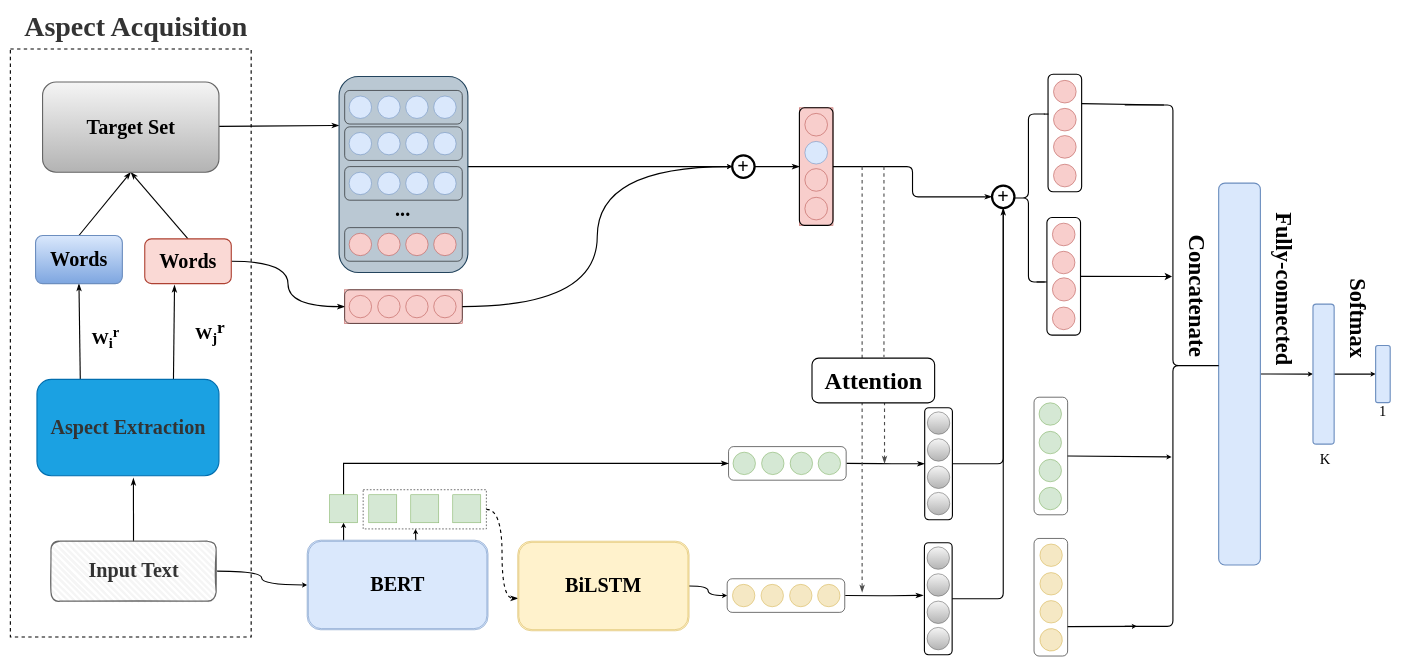
Above: page "模型" (1 of 2) of 模型.drawio in SiMlLeSYF/new (draw.io), before the change. Source tidied: cells renumbered, new cells numbered last; positions are measured from the earlier drawing's top-left corner, leaving out a move shared by most shapes. Both pictures are drawn from the tidied source at 56%, with x=0, y=0 at pixel (10, 10).
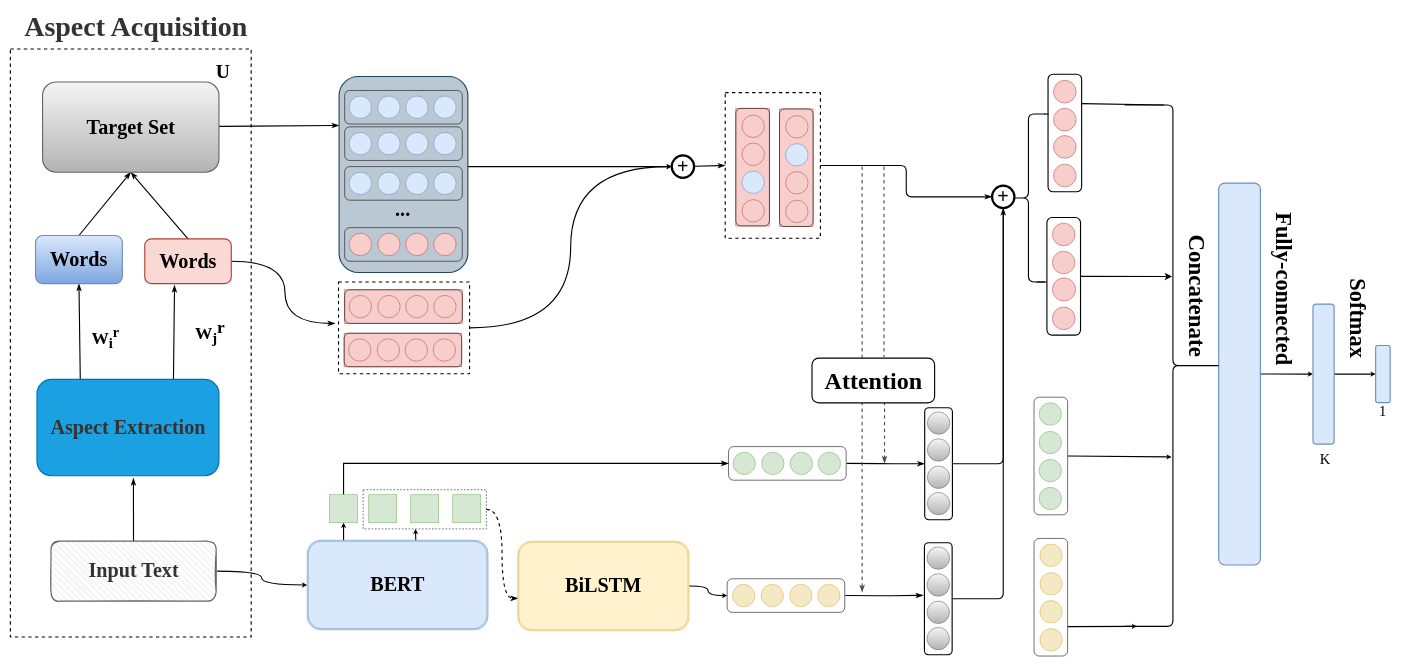
After the change.

The change refers to these unchanged cells:
```xml
<mxCell id="31" value="&lt;b&gt;&lt;font style=&quot;font-size: 36px;&quot;&gt;Words&lt;/font&gt;&lt;/b&gt;" style="rounded=1;whiteSpace=wrap;html=1;fontFamily=Times New Roman;fontSize=24;strokeWidth=2;fillColor=#fad9d5;strokeColor=#ae4132;" parent="1" vertex="1">
  <mxGeometry x="240" y="409" width="154.5" height="80" as="geometry" />
</mxCell>
<mxCell id="67" value="&lt;b&gt;&lt;font style=&quot;font-size: 36px;&quot;&gt;+&lt;/font&gt;&lt;/b&gt;" style="ellipse;whiteSpace=wrap;html=1;fontFamily=Times New Roman;fontSize=24;strokeWidth=4;fillColor=none;" parent="1" vertex="1">
  <mxGeometry x="1753" y="314" width="40" height="40" as="geometry" />
</mxCell>
<mxCell id="141" style="rounded=1;whiteSpace=wrap;html=1;fontSize=24;fillColor=none;" parent="140" vertex="1">
  <mxGeometry width="210" height="60" as="geometry" />
</mxCell>
```

Diff of the diagram source:
```diff
@@
-<mxGraphModel>
+<mxGraphModel background="#FFFFFF">
@@
+    <mxCell id="155" style="rounded=0;whiteSpace=wrap;html=1;fillColor=none;dashed=1;strokeWidth=2;" parent="1" vertex="1">
+      <mxGeometry x="586" y="486" width="234" height="164" as="geometry" />
+    </mxCell>
@@
-    <mxCell id="30" style="edgeStyle=orthogonalEdgeStyle;sketch=0;jettySize=auto;html=1;fontFamily=Times New Roman;fontSize=24;startArrow=none;startFill=0;endArrow=classicThin;endFill=1;endSize=7;strokeWidth=2;elbow=vertical;entryX=0;entryY=0.5;entryDx=0;entryDy=0;curved=1;" parent="1" edge="1" source="31" target="141">
+    <mxCell id="30" style="edgeStyle=orthogonalEdgeStyle;sketch=0;jettySize=auto;html=1;fontFamily=Times New Roman;fontSize=24;startArrow=none;startFill=0;endArrow=classicThin;endFill=1;endSize=7;strokeWidth=2;elbow=vertical;entryX=-0.026;entryY=0.451;entryDx=0;entryDy=0;curved=1;entryPerimeter=0;" parent="1" edge="1" source="31" target="155">
       <mxGeometry relative="1" as="geometry" />
     </mxCell>
@@
-    <mxCell id="38" style="edgeStyle=none;curved=1;sketch=0;jettySize=auto;html=1;fontFamily=Times New Roman;fontSize=36;startArrow=none;startFill=0;endArrow=classicThin;endFill=1;endSize=7;strokeWidth=2;elbow=vertical;entryX=0;entryY=0.5;entryDx=0;entryDy=0;" parent="1" edge="1" source="39" target="41">
+    <mxCell id="38" style="sketch=0;jettySize=auto;html=1;fontFamily=Times New Roman;fontSize=36;startArrow=none;startFill=0;endArrow=classicThin;endFill=1;endSize=7;strokeWidth=2;elbow=vertical;entryX=0;entryY=0.5;entryDx=0;entryDy=0;curved=1;" parent="1" edge="1" source="39" target="164">
       <mxGeometry relative="1" as="geometry" />
     </mxCell>
     <mxCell id="39" value="&lt;b&gt;&lt;font style=&quot;font-size: 36px;&quot;&gt;+&lt;/font&gt;&lt;/b&gt;" style="ellipse;whiteSpace=wrap;html=1;fontFamily=Times New Roman;fontSize=24;strokeWidth=4;fillColor=none;" parent="1" vertex="1">
-      <mxGeometry x="1289" y="260" width="40" height="40" as="geometry" />
+      <mxGeometry x="1181" y="260" width="40" height="40" as="geometry" />
     </mxCell>
-    <mxCell id="40" style="group;fillColor=#f8cecc;strokeColor=#b85450;" parent="1" vertex="1">
-      <mxGeometry x="1409" y="175" width="60" height="210" as="geometry" />
-    </mxCell>
-    <mxCell id="41" style="rounded=1;whiteSpace=wrap;html=1;fontFamily=Times New Roman;fontSize=36;strokeWidth=2;fillColor=none;strokeColor=#000000;" parent="40" vertex="1">
-      <mxGeometry width="60" height="210" as="geometry" />
-    </mxCell>
-    <mxCell id="42" style="ellipse;whiteSpace=wrap;html=1;fontSize=24;fillColor=#f8cecc;strokeColor=#b85450;rotation=-90;" parent="40" vertex="1">
-      <mxGeometry x="9.8" y="10" width="40.4" height="40.4" as="geometry" />
-    </mxCell>
-    <mxCell id="43" style="ellipse;whiteSpace=wrap;html=1;fontSize=24;fillColor=#dae8fc;strokeColor=#6c8ebf;rotation=-90;" parent="40" vertex="1">
-      <mxGeometry x="9.8" y="60" width="40.4" height="40.4" as="geometry" />
-    </mxCell>
-    <mxCell id="44" style="ellipse;whiteSpace=wrap;html=1;fontSize=24;fillColor=#f8cecc;strokeColor=#b85450;rotation=-90;" parent="40" vertex="1">
-      <mxGeometry x="9.8" y="108.6" width="40.4" height="40.4" as="geometry" />
-    </mxCell>
-    <mxCell id="45" style="ellipse;whiteSpace=wrap;html=1;fontSize=24;fillColor=#f8cecc;strokeColor=#b85450;rotation=-90;" parent="40" vertex="1">
-      <mxGeometry x="9.8" y="159.8" width="40.4" height="40.4" as="geometry" />
-    </mxCell>
@@
-    <mxCell id="54" style="edgeStyle=orthogonalEdgeStyle;sketch=0;jettySize=auto;html=1;exitX=1;exitY=0.5;exitDx=0;exitDy=0;fontFamily=Times New Roman;fontSize=36;startArrow=none;startFill=0;endArrow=classicThin;endFill=1;endSize=7;strokeWidth=2;elbow=vertical;entryX=0;entryY=0.5;entryDx=0;entryDy=0;" parent="1" edge="1" source="41" target="67">
+    <mxCell id="54" style="edgeStyle=orthogonalEdgeStyle;sketch=0;jettySize=auto;html=1;exitX=1;exitY=0.5;exitDx=0;exitDy=0;fontFamily=Times New Roman;fontSize=36;startArrow=none;startFill=0;endArrow=classicThin;endFill=1;endSize=7;strokeWidth=2;elbow=vertical;entryX=0;entryY=0.5;entryDx=0;entryDy=0;" parent="1" edge="1" source="164" target="67">
       <mxGeometry relative="1" as="geometry" />
     </mxCell>
@@
-    <mxCell id="147" style="edgeStyle=orthogonalEdgeStyle;sketch=0;jettySize=auto;html=1;exitX=1;exitY=0.5;exitDx=0;exitDy=0;entryX=0;entryY=0.5;entryDx=0;entryDy=0;fontFamily=Times New Roman;fontSize=43;startArrow=none;startFill=0;endArrow=classic;endFill=1;endSize=3;strokeColor=#000000;strokeWidth=2;elbow=vertical;curved=1;" parent="1" edge="1" source="141" target="39">
+    <mxCell id="147" style="edgeStyle=orthogonalEdgeStyle;sketch=0;jettySize=auto;html=1;exitX=1;exitY=0.5;exitDx=0;exitDy=0;entryX=0;entryY=0.5;entryDx=0;entryDy=0;fontFamily=Times New Roman;fontSize=43;startArrow=none;startFill=0;endArrow=classic;endFill=1;endSize=3;strokeColor=#000000;strokeWidth=2;elbow=vertical;curved=1;" parent="1" edge="1" source="155" target="39">
       <mxGeometry relative="1" as="geometry" />
     </mxCell>
@@
+    <mxCell id="156" style="group;fillColor=#f8cecc;strokeColor=#b85450;" parent="1" vertex="1">
+      <mxGeometry x="596" y="577.5" width="210" height="60" as="geometry" />
+    </mxCell>
+    <mxCell id="157" style="rounded=1;whiteSpace=wrap;html=1;fontSize=24;fillColor=none;" parent="156" vertex="1">
+      <mxGeometry width="210" height="60" as="geometry" />
+    </mxCell>
+    <mxCell id="158" style="group;" parent="156" vertex="1">
+      <mxGeometry x="8" y="10" width="191" height="40" as="geometry" />
+    </mxCell>
+    <mxCell id="159" style="ellipse;whiteSpace=wrap;html=1;fontSize=24;fillColor=#f8cecc;strokeColor=#b85450;" parent="158" vertex="1">
+      <mxGeometry width="40" height="40" as="geometry" />
+    </mxCell>
+    <mxCell id="160" style="ellipse;whiteSpace=wrap;html=1;fontSize=24;fillColor=#f8cecc;strokeColor=#b85450;" parent="158" vertex="1">
+      <mxGeometry x="51" width="40" height="40" as="geometry" />
+    </mxCell>
+    <mxCell id="161" style="ellipse;whiteSpace=wrap;html=1;fontSize=24;fillColor=#f8cecc;strokeColor=#b85450;" parent="158" vertex="1">
+      <mxGeometry x="101" width="40" height="40" as="geometry" />
+    </mxCell>
+    <mxCell id="162" style="ellipse;whiteSpace=wrap;html=1;fontSize=24;fillColor=#f8cecc;strokeColor=#b85450;" parent="158" vertex="1">
+      <mxGeometry x="151" width="40" height="40" as="geometry" />
+    </mxCell>
+    <mxCell id="163" style="group;rotation=-90;" parent="1" vertex="1">
+      <mxGeometry x="1246.5" y="198" width="234" height="210" as="geometry" />
+    </mxCell>
+    <mxCell id="164" style="rounded=0;whiteSpace=wrap;html=1;fillColor=none;dashed=1;strokeWidth=2;rotation=0;" parent="163" vertex="1">
+      <mxGeometry x="30" y="-50" width="170" height="260" as="geometry" />
+    </mxCell>
+    <mxCell id="165" style="group;fillColor=#f8cecc;strokeColor=#b85450;rotation=-90;" parent="163" vertex="1">
+      <mxGeometry x="-26" y="53" width="210" height="60" as="geometry" />
+    </mxCell>
+    <mxCell id="166" style="rounded=1;whiteSpace=wrap;html=1;fontSize=24;fillColor=none;rotation=-90;" parent="165" vertex="1">
+      <mxGeometry width="210" height="60" as="geometry" />
+    </mxCell>
+    <mxCell id="167" style="group;rotation=-90;" parent="165" vertex="1">
+      <mxGeometry x="10" y="12" width="191" height="40" as="geometry" />
+    </mxCell>
+    <mxCell id="168" style="ellipse;whiteSpace=wrap;html=1;fontSize=24;fillColor=#f8cecc;strokeColor=#b85450;rotation=-90;" parent="167" vertex="1">
+      <mxGeometry x="76" y="76" width="40" height="40" as="geometry" />
+    </mxCell>
+    <mxCell id="169" style="ellipse;whiteSpace=wrap;html=1;fontSize=24;fillColor=#dae8fc;strokeColor=#6c8ebf;rotation=-90;" parent="167" vertex="1">
+      <mxGeometry x="76" y="25" width="40" height="40" as="geometry" />
+    </mxCell>
+    <mxCell id="170" style="ellipse;whiteSpace=wrap;html=1;fontSize=24;fillColor=#f8cecc;strokeColor=#b85450;rotation=-90;" parent="167" vertex="1">
+      <mxGeometry x="76" y="-25" width="40" height="40" as="geometry" />
+    </mxCell>
+    <mxCell id="171" style="ellipse;whiteSpace=wrap;html=1;fontSize=24;fillColor=#f8cecc;strokeColor=#b85450;rotation=-90;" parent="167" vertex="1">
+      <mxGeometry x="76" y="-75" width="40" height="40" as="geometry" />
+    </mxCell>
+    <mxCell id="172" style="group;fillColor=#f8cecc;strokeColor=#b85450;rotation=-90;" parent="163" vertex="1">
+      <mxGeometry x="52" y="54" width="210" height="60" as="geometry" />
+    </mxCell>
+    <mxCell id="173" style="rounded=1;whiteSpace=wrap;html=1;fontSize=24;fillColor=none;rotation=-90;" parent="172" vertex="1">
+      <mxGeometry width="210" height="60" as="geometry" />
+    </mxCell>
+    <mxCell id="174" style="group;rotation=-90;" parent="172" vertex="1">
+      <mxGeometry x="10" y="12" width="191" height="40" as="geometry" />
+    </mxCell>
+    <mxCell id="175" style="ellipse;whiteSpace=wrap;html=1;fontSize=24;fillColor=#f8cecc;strokeColor=#b85450;rotation=-90;" parent="174" vertex="1">
+      <mxGeometry x="76" y="76" width="40" height="40" as="geometry" />
+    </mxCell>
+    <mxCell id="176" style="ellipse;whiteSpace=wrap;html=1;fontSize=24;fillColor=#f8cecc;strokeColor=#b85450;rotation=-90;" parent="174" vertex="1">
+      <mxGeometry x="76" y="25" width="40" height="40" as="geometry" />
+    </mxCell>
+    <mxCell id="177" style="ellipse;whiteSpace=wrap;html=1;fontSize=24;fillColor=#dae8fc;strokeColor=#6c8ebf;rotation=-90;" parent="174" vertex="1">
+      <mxGeometry x="76" y="-25" width="40" height="40" as="geometry" />
+    </mxCell>
+    <mxCell id="178" style="ellipse;whiteSpace=wrap;html=1;fontSize=24;fillColor=#f8cecc;strokeColor=#b85450;rotation=-90;" parent="174" vertex="1">
+      <mxGeometry x="76" y="-75" width="40" height="40" as="geometry" />
+    </mxCell>
+    <mxCell id="179" style="edgeStyle=none;curved=1;orthogonalLoop=1;jettySize=auto;html=1;exitX=0.5;exitY=0;exitDx=0;exitDy=0;" parent="163" edge="1" source="164" target="164">
+      <mxGeometry relative="1" as="geometry" />
+    </mxCell>
+    <mxCell id="180" value="&lt;font face=&quot;Times New Roman&quot; style=&quot;font-size: 35px;&quot;&gt;&lt;b&gt;U&lt;/b&gt;&lt;/font&gt;" style="text;html=1;strokeColor=none;fillColor=none;align=center;verticalAlign=middle;whiteSpace=wrap;rounded=0;dashed=1;strokeWidth=2;" parent="1" vertex="1">
+      <mxGeometry x="350" y="95" width="60" height="30" as="geometry" />
+    </mxCell>
```
